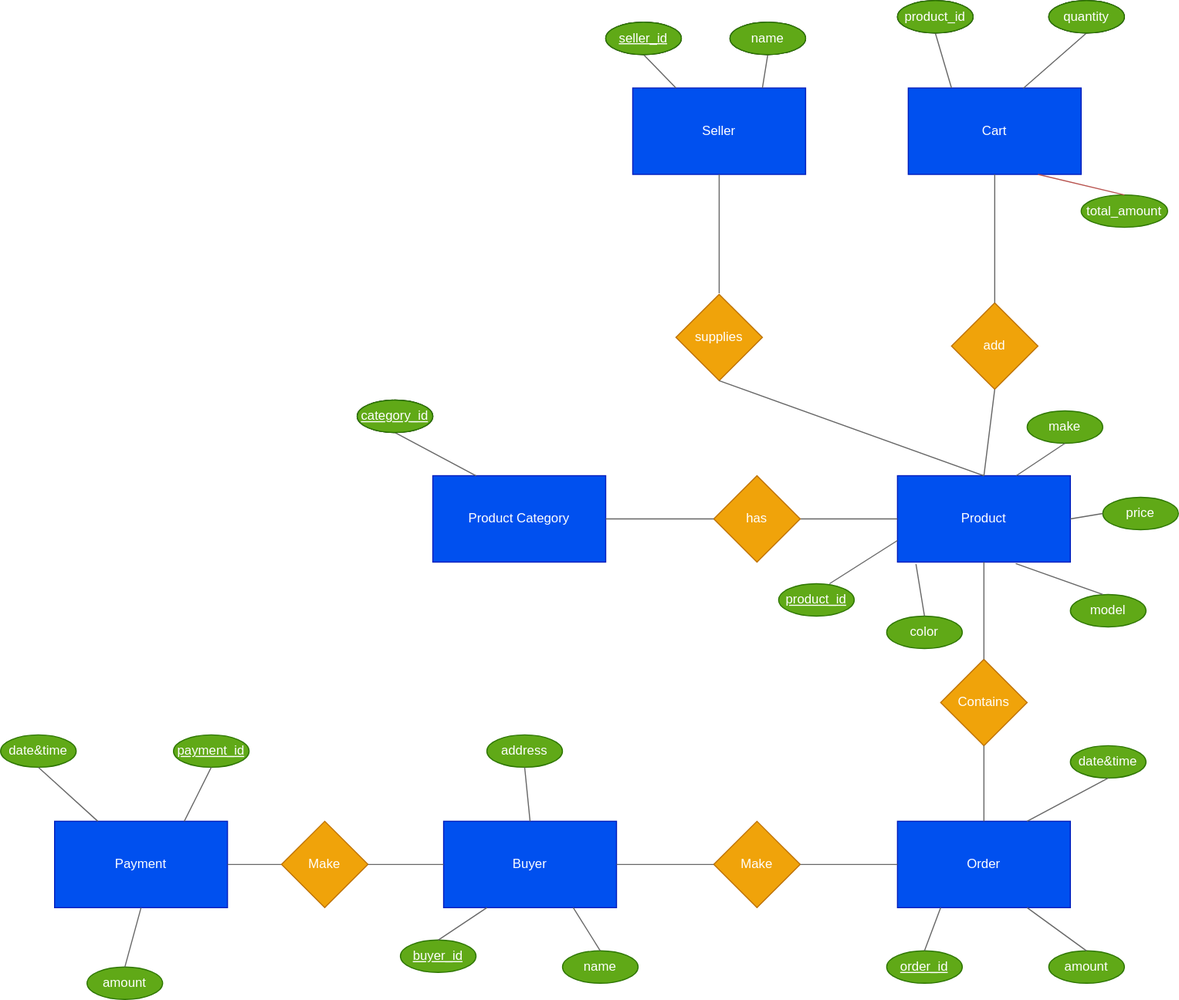
The draw.io diagram ER_diagram.drawio.svg in Hemakanth1/shopping-cart-system, before a commit. Source tidied: cells renumbered, new cells last; positions are measured from the earlier drawing's top-left corner, leaving out a move shared by most shapes.
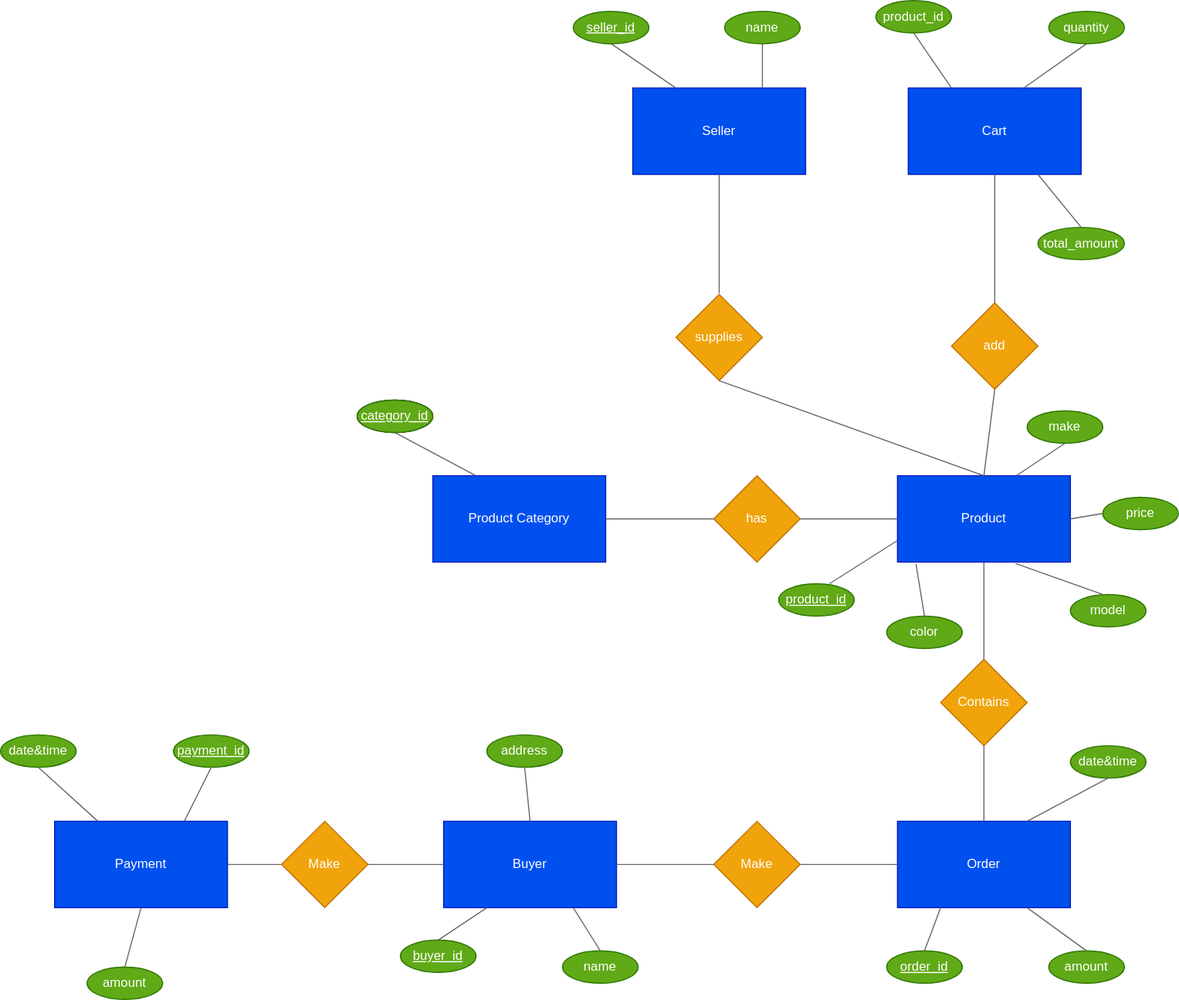
After the change.

Diff of the diagram source:
```diff
@@ -165,34 +165,22 @@
     <mxCell id="54" style="endArrow=none;html=1;fontColor=#FFFFFF;entryX=0.5;entryY=1;entryDx=0;entryDy=0;exitX=0.25;exitY=0;exitDx=0;exitDy=0;strokeColor=#666666;fillColor=#f5f5f5;" parent="1" edge="1" source="8" target="49">
       <mxGeometry relative="1" as="geometry" />
     </mxCell>
-    <mxCell id="55" value="&lt;u&gt;seller_id&lt;/u&gt;" style="ellipse;whiteSpace=wrap;html=1;fontColor=#FFFFFF;" parent="1" vertex="1">
-      <mxGeometry x="560" y="20" width="70" height="30" as="geometry" />
-    </mxCell>
-    <mxCell id="56" value="name" style="ellipse;whiteSpace=wrap;html=1;fontColor=#FFFFFF;" parent="1" vertex="1">
-      <mxGeometry x="675" y="20" width="70" height="30" as="geometry" />
-    </mxCell>
-    <mxCell id="57" style="endArrow=none;html=1;fontColor=#FFFFFF;exitX=0.5;exitY=1;exitDx=0;exitDy=0;entryX=0.25;entryY=0;entryDx=0;entryDy=0;fillColor=#f5f5f5;strokeColor=#666666;" parent="1" edge="1" source="55" target="2">
+    <mxCell id="57" style="endArrow=none;html=1;fontColor=#FFFFFF;exitX=0.5;exitY=1;exitDx=0;exitDy=0;entryX=0.25;entryY=0;entryDx=0;entryDy=0;fillColor=#f5f5f5;strokeColor=#666666;" parent="1" edge="1" source="68" target="2">
       <mxGeometry relative="1" as="geometry" />
     </mxCell>
-    <mxCell id="58" style="endArrow=none;html=1;fontColor=#FFFFFF;entryX=0.5;entryY=1;entryDx=0;entryDy=0;exitX=0.75;exitY=0;exitDx=0;exitDy=0;fillColor=#f5f5f5;strokeColor=#666666;" parent="1" edge="1" source="2" target="56">
+    <mxCell id="58" style="endArrow=none;html=1;fontColor=#FFFFFF;entryX=0.5;entryY=1;entryDx=0;entryDy=0;exitX=0.75;exitY=0;exitDx=0;exitDy=0;fillColor=#f5f5f5;strokeColor=#666666;" parent="1" edge="1" source="2" target="69">
       <mxGeometry relative="1" as="geometry" />
     </mxCell>
-    <mxCell id="59" value="product_id" style="ellipse;whiteSpace=wrap;html=1;fontColor=#FFFFFF;" parent="1" vertex="1">
-      <mxGeometry x="830" width="70" height="30" as="geometry" />
-    </mxCell>
-    <mxCell id="60" value="quantity" style="ellipse;whiteSpace=wrap;html=1;fontColor=#FFFFFF;" parent="1" vertex="1">
-      <mxGeometry x="970" width="70" height="30" as="geometry" />
-    </mxCell>
     <mxCell id="61" value="total_amount" style="ellipse;whiteSpace=wrap;html=1;fontColor=#ffffff;fillColor=#60a917;strokeColor=#2D7600;" parent="1" vertex="1">
-      <mxGeometry x="1000" y="180" width="80" height="30" as="geometry" />
+      <mxGeometry x="960" y="210" width="80" height="30" as="geometry" />
     </mxCell>
-    <mxCell id="62" style="endArrow=none;html=1;fontColor=#FFFFFF;entryX=0.5;entryY=1;entryDx=0;entryDy=0;exitX=0.25;exitY=0;exitDx=0;exitDy=0;fillColor=#f5f5f5;strokeColor=#666666;" parent="1" edge="1" source="5" target="59">
+    <mxCell id="62" style="endArrow=none;html=1;fontColor=#FFFFFF;entryX=0.5;entryY=1;entryDx=0;entryDy=0;exitX=0.25;exitY=0;exitDx=0;exitDy=0;fillColor=#f5f5f5;strokeColor=#666666;" parent="1" edge="1" source="5" target="70">
       <mxGeometry relative="1" as="geometry" />
     </mxCell>
-    <mxCell id="63" style="endArrow=none;html=1;fontColor=#FFFFFF;entryX=0.5;entryY=1;entryDx=0;entryDy=0;exitX=0.665;exitY=0.004;exitDx=0;exitDy=0;exitPerimeter=0;fillColor=#f5f5f5;strokeColor=#666666;" parent="1" edge="1" source="5" target="60">
+    <mxCell id="63" style="endArrow=none;html=1;fontColor=#FFFFFF;entryX=0.5;entryY=1;entryDx=0;entryDy=0;exitX=0.665;exitY=0.004;exitDx=0;exitDy=0;exitPerimeter=0;fillColor=#f5f5f5;strokeColor=#666666;" parent="1" edge="1" source="5" target="71">
       <mxGeometry relative="1" as="geometry" />
     </mxCell>
-    <mxCell id="64" style="endArrow=none;html=1;fontColor=#FFFFFF;entryX=0.5;entryY=0;entryDx=0;entryDy=0;exitX=0.75;exitY=1;exitDx=0;exitDy=0;fillColor=#f8cecc;strokeColor=#b85450;" parent="1" edge="1" source="5" target="61">
+    <mxCell id="64" style="endArrow=none;html=1;fontColor=#FFFFFF;entryX=0.5;entryY=0;entryDx=0;entryDy=0;exitX=0.75;exitY=1;exitDx=0;exitDy=0;fillColor=#f5f5f5;strokeColor=#666666;" parent="1" edge="1" source="5" target="61">
       <mxGeometry relative="1" as="geometry" />
     </mxCell>
     <mxCell id="65" value="&lt;u&gt;category_id&lt;/u&gt;" style="ellipse;whiteSpace=wrap;html=1;fontColor=#FFFFFF;" parent="1" vertex="1">
@@ -205,16 +193,16 @@
       <mxGeometry x="330" y="370" width="70" height="30" as="geometry" />
     </mxCell>
     <mxCell id="68" value="&lt;u&gt;seller_id&lt;/u&gt;" style="ellipse;whiteSpace=wrap;html=1;fontColor=#ffffff;fillColor=#60a917;strokeColor=#2D7600;" parent="1" vertex="1">
-      <mxGeometry x="560" y="20" width="70" height="30" as="geometry" />
+      <mxGeometry x="530" y="10" width="70" height="30" as="geometry" />
     </mxCell>
     <mxCell id="69" value="name" style="ellipse;whiteSpace=wrap;html=1;fontColor=#ffffff;fillColor=#60a917;strokeColor=#2D7600;" parent="1" vertex="1">
-      <mxGeometry x="675" y="20" width="70" height="30" as="geometry" />
+      <mxGeometry x="670" y="10" width="70" height="30" as="geometry" />
     </mxCell>
     <mxCell id="70" value="product_id" style="ellipse;whiteSpace=wrap;html=1;fontColor=#ffffff;fillColor=#60a917;strokeColor=#2D7600;" parent="1" vertex="1">
-      <mxGeometry x="830" width="70" height="30" as="geometry" />
+      <mxGeometry x="810" width="70" height="30" as="geometry" />
     </mxCell>
     <mxCell id="71" value="quantity" style="ellipse;whiteSpace=wrap;html=1;fontColor=#ffffff;fillColor=#60a917;strokeColor=#2D7600;" parent="1" vertex="1">
-      <mxGeometry x="970" width="70" height="30" as="geometry" />
+      <mxGeometry x="970" y="10" width="70" height="30" as="geometry" />
     </mxCell>
   </root>
 </mxGraphModel>
```
